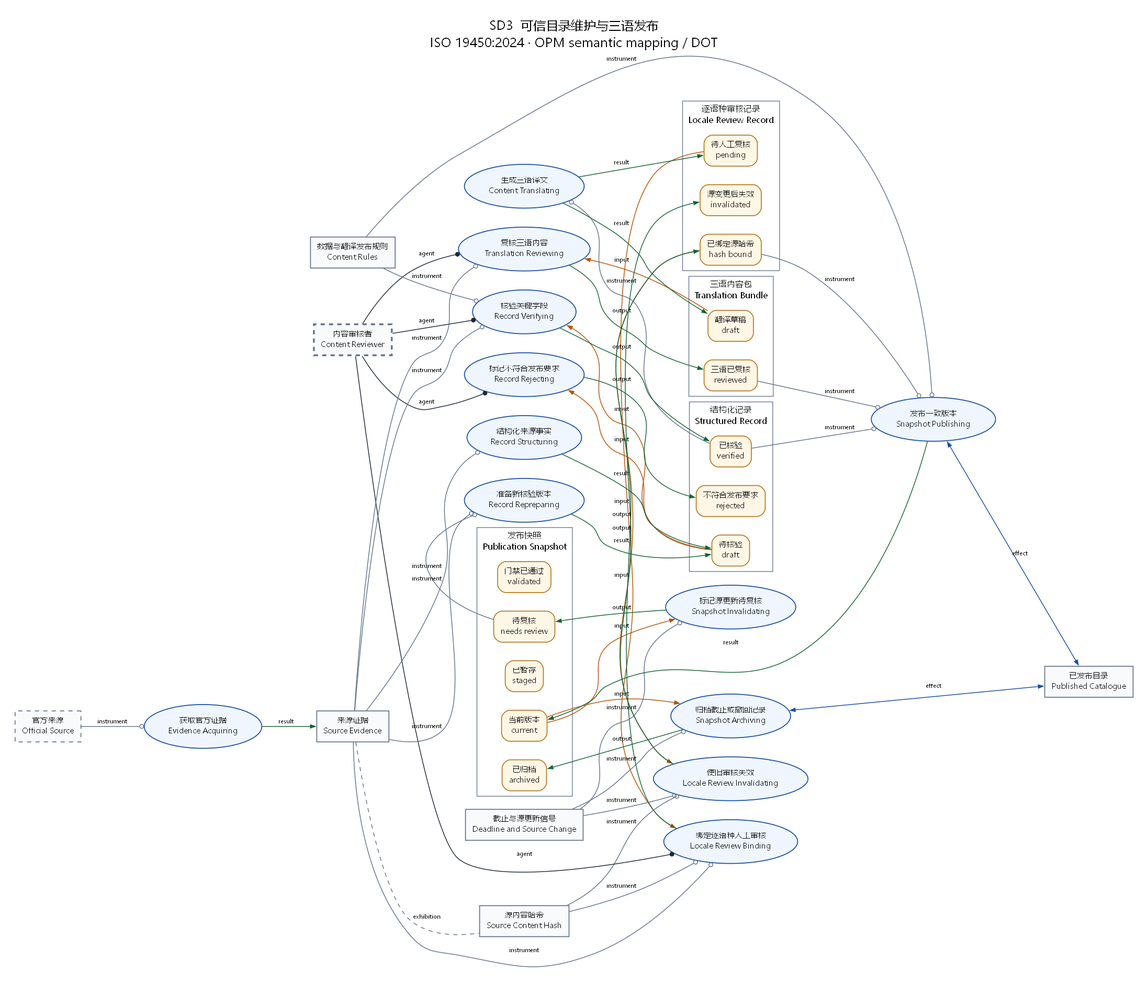
This is opm/SD3.png from witold-andelie/Czech-Uni-Application, a Graphviz export, as it was before one commit. Its source is kept beside it as opm/SD3.dot.
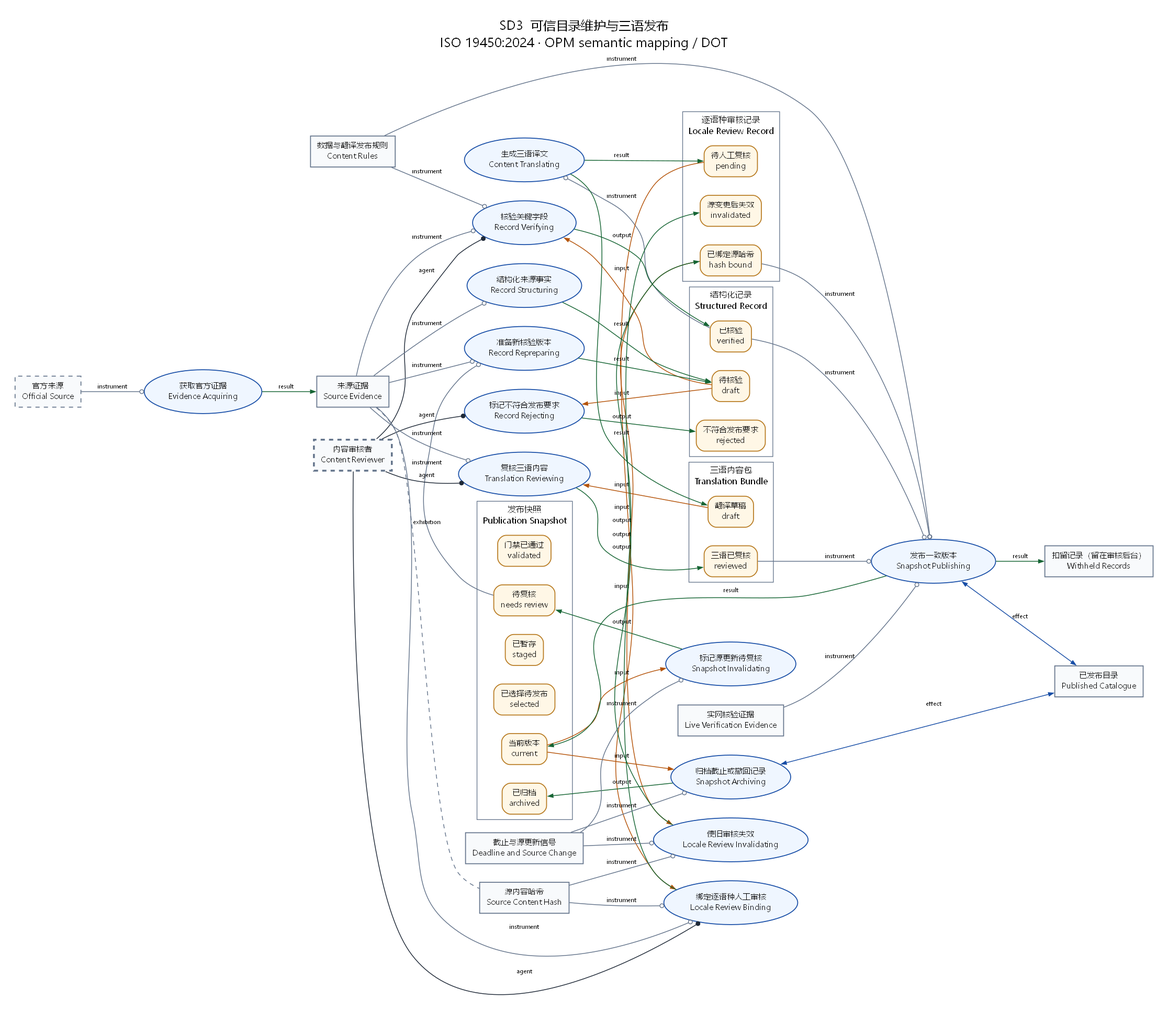
The same file after the commit.

Diff of the diagram source:
```diff
@@ -23,6 +23,7 @@
     graph [label="发布快照\nPublication Snapshot", color="#64748B", style="solid", fontsize="12", opm_kind="object", opm_id="snapshot"];
     archived [label="已归档\narchived", shape="box", style="rounded,filled", fillcolor="#FFF7E6", color="#B7791F", opm_kind="state", opm_owner="snapshot"];
     live [label="当前版本\ncurrent", shape="box", style="rounded,filled", fillcolor="#FFF7E6", color="#B7791F", opm_kind="state", opm_owner="snapshot"];
+    selectedsnapshot [label="已选择待发布\nselected", shape="box", style="rounded,filled", fillcolor="#FFF7E6", color="#B7791F", opm_kind="state", opm_owner="snapshot"];
     stagedsnapshot [label="已暂存\nstaged", shape="box", style="rounded,filled", fillcolor="#FFF7E6", color="#B7791F", opm_kind="state", opm_owner="snapshot"];
     stale [label="待复核\nneeds review", shape="box", style="rounded,filled", fillcolor="#FFF7E6", color="#B7791F", opm_kind="state", opm_owner="snapshot"];
     validatedsnapshot [label="门禁已通过\nvalidated", shape="box", style="rounded,filled", fillcolor="#FFF7E6", color="#B7791F", opm_kind="state", opm_owner="snapshot"];
@@ -36,6 +37,7 @@
   editor [label="内容审核者\nContent Reviewer", shape="box", style="dashed,filled", fillcolor="#F8FAFC", color="#64748B", opm_kind="object", penwidth="2.6"];
   evidence [label="来源证据\nSource Evidence", shape="box", style="filled", fillcolor="#F8FAFC", color="#64748B", opm_kind="object"];
   invalidate [label="标记源更新待复核\nSnapshot Invalidating", shape="ellipse", style="filled", fillcolor="#EFF6FF", color="#174DA6", opm_kind="process"];
+  liveevidence [label="实网核验证据\nLive Verification Evidence", shape="box", style="filled", fillcolor="#F8FAFC", color="#64748B", opm_kind="object"];
   normalize [label="结构化来源事实\nRecord Structuring", shape="ellipse", style="filled", fillcolor="#EFF6FF", color="#174DA6", opm_kind="process"];
   publish [label="发布一致版本\nSnapshot Publishing", shape="ellipse", style="filled", fillcolor="#EFF6FF", color="#174DA6", opm_kind="process"];
   quality [label="数据与翻译发布规则\nContent Rules", shape="box", style="filled", fillcolor="#F8FAFC", color="#64748B", opm_kind="object"];
@@ -46,6 +48,7 @@
   source [label="官方来源\nOfficial Source", shape="box", style="dashed,filled", fillcolor="#F8FAFC", color="#64748B", opm_kind="object"];
   translate [label="生成三语译文\nContent Translating", shape="ellipse", style="filled", fillcolor="#EFF6FF", color="#174DA6", opm_kind="process"];
   verify [label="核验关键字段\nRecord Verifying", shape="ellipse", style="filled", fillcolor="#EFF6FF", color="#174DA6", opm_kind="process"];
+  withheldrecords [label="扣留记录（留在审核后台）\nWithheld Records", shape="box", style="filled", fillcolor="#F8FAFC", color="#64748B", opm_kind="object"];
   source -> acquire [arrowhead="odot", color="#64748B", label="instrument", opm_relation="instrument"];
   acquire -> evidence [arrowhead="normal", color="#166534", label="result", opm_relation="result"];
   evidence -> normalize [arrowhead="odot", color="#64748B", label="instrument", opm_relation="instrument"];
@@ -91,4 +94,6 @@
   stale -> retry [arrowhead="odot", color="#64748B", label="instrument", opm_relation="instrument"];
   evidence -> retry [arrowhead="odot", color="#64748B", label="instrument", opm_relation="instrument"];
   retry -> draft [arrowhead="normal", color="#166534", label="result", opm_relation="result"];
+  liveevidence -> publish [arrowhead="odot", color="#64748B", label="instrument", opm_relation="instrument"];
+  publish -> withheldrecords [arrowhead="normal", color="#166534", label="result", opm_relation="result"];
 }
```
